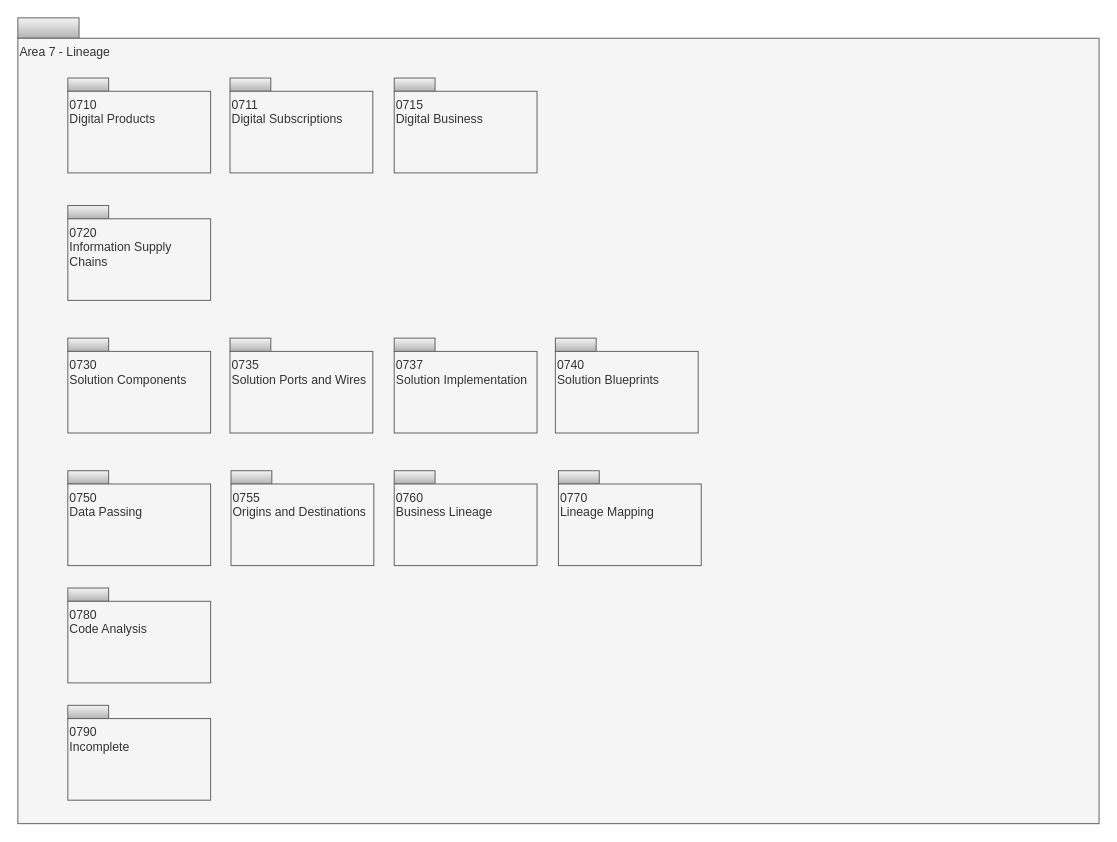
This is page "Overview" (1 of 18) of site/docs/types/7/area-7-lineage.drawio from odpi/egeria-docs, a draw.io file, before an edit. Source tidied: cells renumbered, new cells numbered last; positions are measured from the earlier drawing's top-left corner, leaving out a move shared by most shapes. Both pictures are drawn from the tidied source at 102%, with x=0, y=0 at pixel (17, 17).
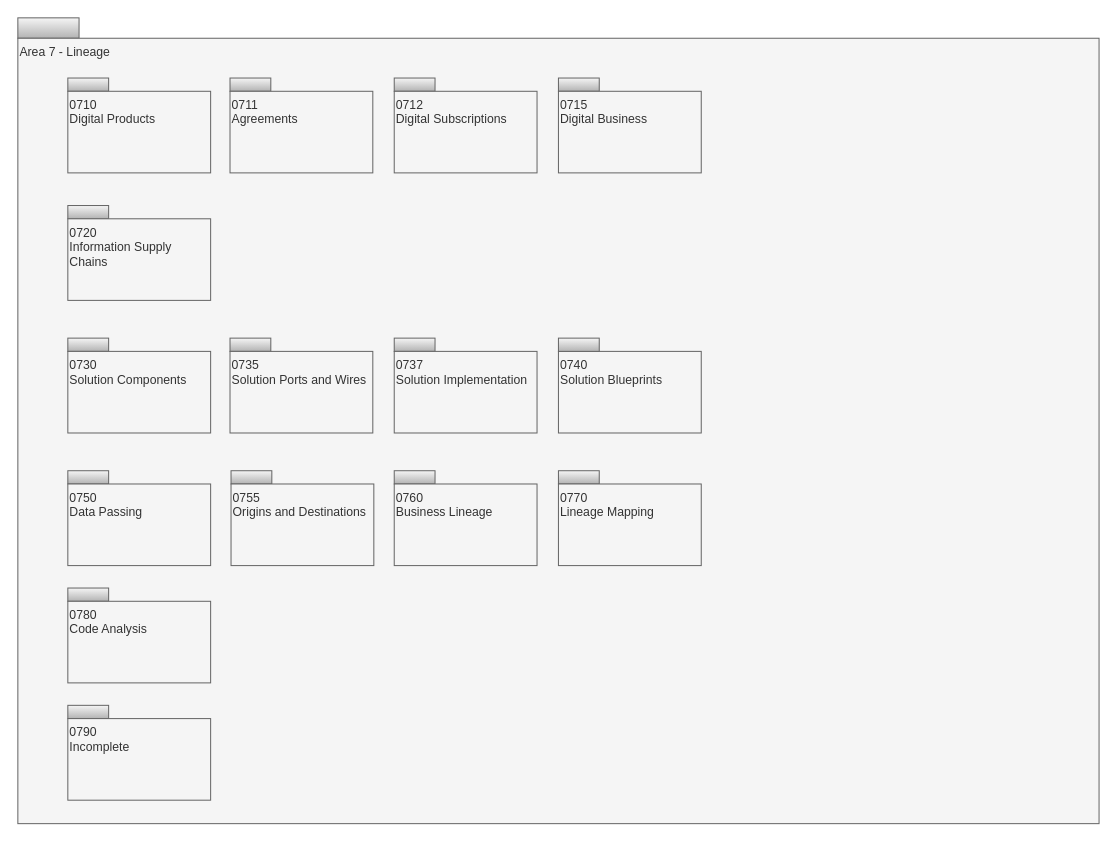
The same page after the edit.

The edit, as a diff of the source:
```diff
@@
-    <mxCell id="7" value="0711&lt;br&gt;Digital Subscriptions" style="rounded=0;whiteSpace=wrap;html=1;align=left;verticalAlign=top;fillColor=#f5f5f5;fontColor=#333333;strokeColor=#666666;" parent="1" vertex="1">
+    <mxCell id="7" value="0711&lt;br&gt;Agreements" style="rounded=0;whiteSpace=wrap;html=1;align=left;verticalAlign=top;fillColor=#f5f5f5;fontColor=#333333;strokeColor=#666666;" parent="1" vertex="1">
       <mxGeometry x="208" y="72" width="140" height="80" as="geometry" />
     </mxCell>
@@
     <mxCell id="13" value="0740&lt;br&gt;Solution Blueprints" style="rounded=0;whiteSpace=wrap;html=1;align=left;verticalAlign=top;fillColor=#f5f5f5;fontColor=#333333;strokeColor=#666666;" parent="1" vertex="1">
-      <mxGeometry x="527" y="327" width="140" height="80" as="geometry" />
+      <mxGeometry x="530" y="327" width="140" height="80" as="geometry" />
     </mxCell>
@@
     <mxCell id="16" style="rounded=0;whiteSpace=wrap;html=1;align=left;fillColor=#f5f5f5;strokeColor=#666666;gradientColor=#b3b3b3;" parent="1" vertex="1">
-      <mxGeometry x="527" y="314" width="40" height="13" as="geometry" />
+      <mxGeometry x="530" y="314" width="40" height="13" as="geometry" />
     </mxCell>
@@
     <mxCell id="28" style="rounded=0;whiteSpace=wrap;html=1;align=left;fillColor=#f5f5f5;strokeColor=#666666;gradientColor=#b3b3b3;" parent="1" vertex="1">
-      <mxGeometry x="369" y="59" width="40" height="13" as="geometry" />
+      <mxGeometry x="530" y="59" width="40" height="13" as="geometry" />
     </mxCell>
     <mxCell id="29" value="0715&lt;br&gt;Digital Business" style="rounded=0;whiteSpace=wrap;html=1;align=left;verticalAlign=top;fillColor=#f5f5f5;fontColor=#333333;strokeColor=#666666;" parent="1" vertex="1">
-      <mxGeometry x="369" y="72" width="140" height="80" as="geometry" />
+      <mxGeometry x="530" y="72" width="140" height="80" as="geometry" />
     </mxCell>
@@
+    <mxCell id="32" style="rounded=0;whiteSpace=wrap;html=1;align=left;fillColor=#f5f5f5;strokeColor=#666666;gradientColor=#b3b3b3;" parent="1" vertex="1">
+      <mxGeometry x="369" y="59" width="40" height="13" as="geometry" />
+    </mxCell>
+    <mxCell id="33" value="0712&lt;br&gt;Digital Subscriptions" style="rounded=0;whiteSpace=wrap;html=1;align=left;verticalAlign=top;fillColor=#f5f5f5;fontColor=#333333;strokeColor=#666666;" parent="1" vertex="1">
+      <mxGeometry x="369" y="72" width="140" height="80" as="geometry" />
+    </mxCell>
```
